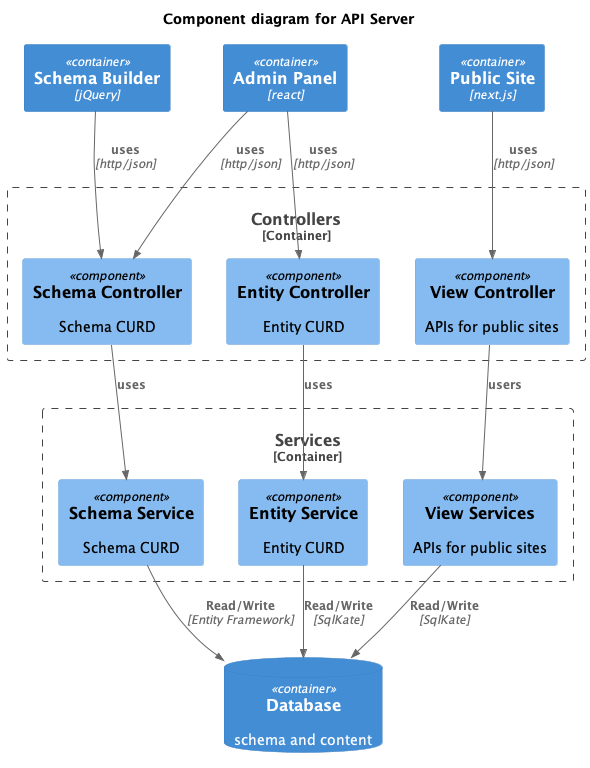
Earlier version of the PlantUML export doc/diagrams/api-controller-service.png (vpstarweb/formcms).
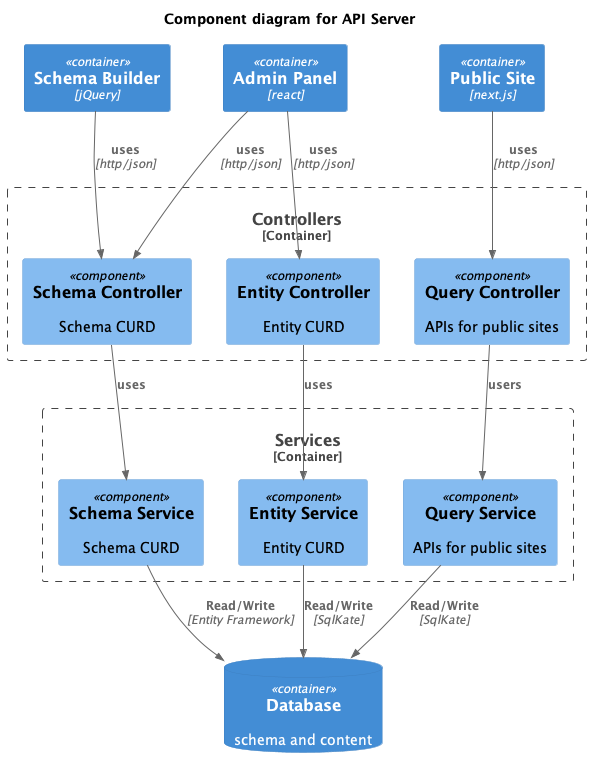
The same file after the commit.

Change to the diagram source:
```diff
@@ -10,13 +10,13 @@
 Container_Boundary(controllers, "Controllers") {
    Component(schemaController, "Schema Controller", "", "Schema CURD")
    Component(entityController, "Entity Controller", "", "Entity CURD")
-   Component(viewController, "View Controller", "", "APIs for public sites")
+   Component(viewController, "Query Controller", "", "APIs for public sites")
 }
 
 Container_Boundary(services, "Services") {
    Component(schemaService, "Schema Service", "", "Schema CURD")
    Component(entityService, "Entity Service", "", "Entity CURD")
-   Component(viewService, "View Services", "", "APIs for public sites")
+   Component(viewService, "Query Service", "", "APIs for public sites")
 }
 
 ContainerDb(db, "Database", "", "schema and content")
```
